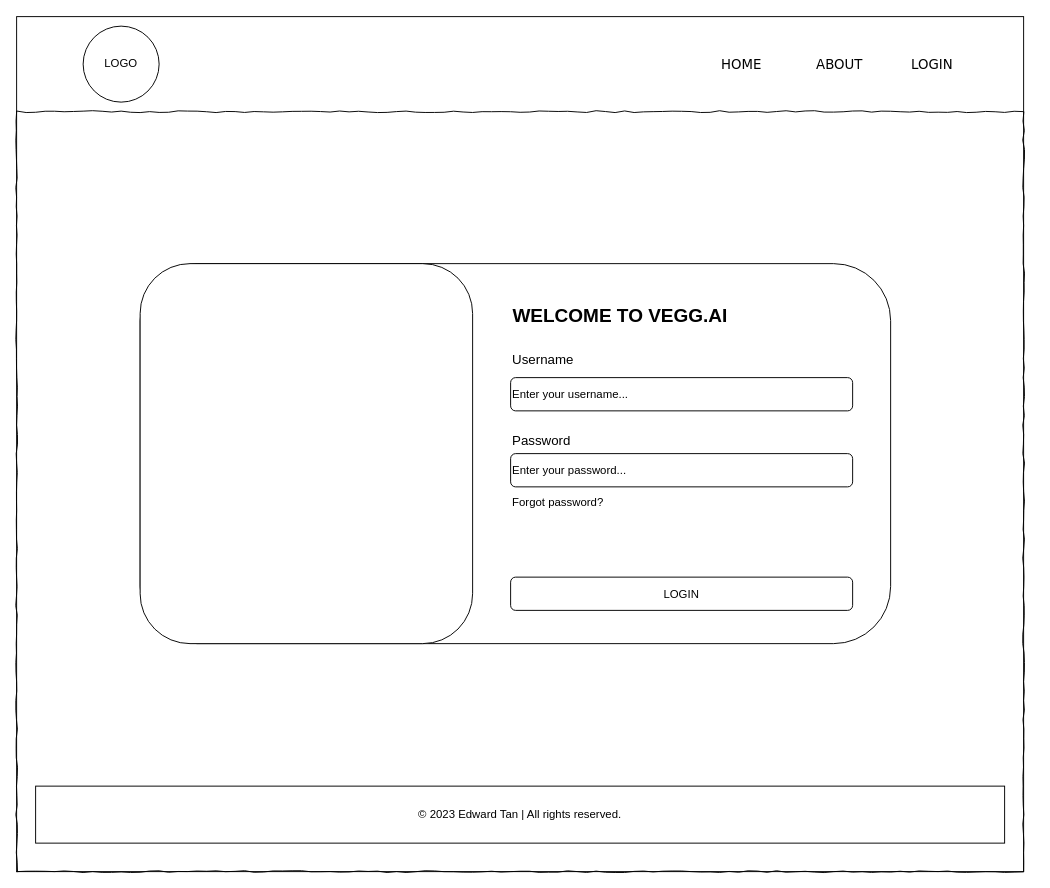
Earlier version of the draw.io diagram wireframes/2214407_CA2_LOGIN.drawio (Edw4rd14/VEGG.AI). Source tidied: cells renumbered, new cells numbered last; positions are measured from the earlier drawing's top-left corner, leaving out a move shared by most shapes. Both pictures are drawn from the tidied source at 95%, with x=0, y=0 at pixel (16, 16).
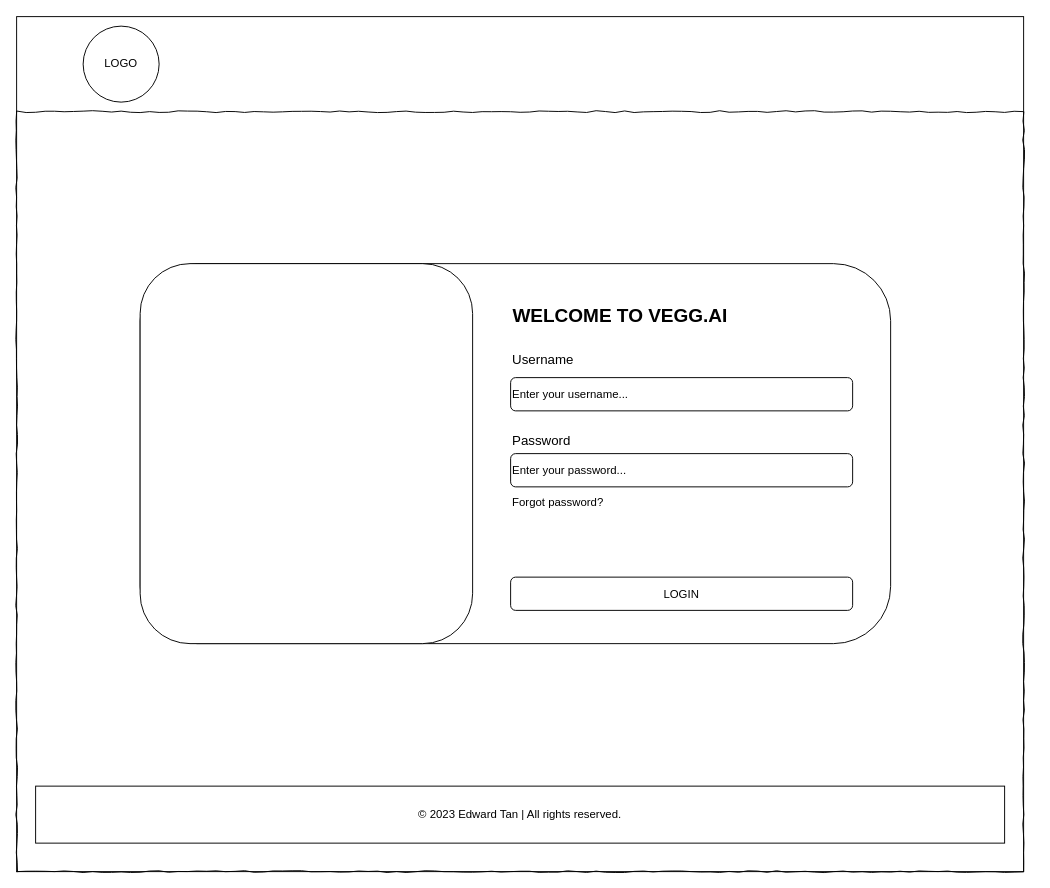
The same page after the edit.

What changed in the source:
```diff
@@
 <mxGraphModel>
   <root>
     <mxCell id="0" />
     <mxCell id="1" parent="0" />
     <mxCell id="2" style="rounded=0;whiteSpace=wrap;html=1;" parent="1" vertex="1">
       <mxGeometry width="1060" height="900" as="geometry" />
     </mxCell>
     <mxCell id="3" style="whiteSpace=wrap;html=1;rounded=0;shadow=0;labelBackgroundColor=none;strokeColor=#000000;strokeWidth=1;fillColor=none;fontFamily=Verdana;fontSize=12;fontColor=#000000;align=center;comic=1;" parent="1" vertex="1">
       <mxGeometry y="100" width="1060" height="800" as="geometry" />
     </mxCell>
-    <mxCell id="4" value="ABOUT" style="text;html=1;align=left;verticalAlign=top;spacingTop=-4;fontSize=14;fontFamily=Verdana;" parent="1" vertex="1">
-      <mxGeometry x="840" y="40" width="60" height="20" as="geometry" />
-    </mxCell>
-    <mxCell id="5" value="LOGIN" style="text;html=1;align=left;verticalAlign=top;spacingTop=-4;fontSize=14;fontFamily=Verdana;" parent="1" vertex="1">
-      <mxGeometry x="940" y="40" width="60" height="20" as="geometry" />
-    </mxCell>
     <mxCell id="6" style="rounded=1;whiteSpace=wrap;html=1;" parent="1" vertex="1">
       <mxGeometry x="130" y="260" width="790" height="400" as="geometry" />
     </mxCell>
     <mxCell id="7" value="© 2023 Edward Tan | All rights reserved." style="rounded=0;whiteSpace=wrap;html=1;" parent="1" vertex="1">
       <mxGeometry x="20" y="810" width="1020" height="60" as="geometry" />
     </mxCell>
-    <mxCell id="8" value="HOME" style="text;html=1;align=left;verticalAlign=top;spacingTop=-4;fontSize=14;fontFamily=Verdana;" parent="1" vertex="1">
-      <mxGeometry x="740" y="40" width="60" height="20" as="geometry" />
-    </mxCell>
     <mxCell id="9" value="LOGO" style="ellipse;whiteSpace=wrap;html=1;" parent="1" vertex="1">
       <mxGeometry x="70" y="10" width="80" height="80" as="geometry" />
     </mxCell>
     <mxCell id="10" value="LOGIN" style="rounded=1;whiteSpace=wrap;html=1;" parent="1" vertex="1">
       <mxGeometry x="520" y="590" width="360" height="35" as="geometry" />
     </mxCell>
     <mxCell id="11" style="rounded=1;whiteSpace=wrap;html=1;glass=0;" parent="1" vertex="1">
       <mxGeometry x="130" y="260" width="350" height="400" as="geometry" />
     </mxCell>
     <mxCell id="12" value="&lt;font size=&quot;1&quot; face=&quot;Helvetica&quot;&gt;&lt;b style=&quot;font-size: 20px;&quot;&gt;WELCOME TO VEGG.AI&lt;/b&gt;&lt;/font&gt;" style="text;html=1;align=center;verticalAlign=top;spacingTop=-4;fontSize=14;fontFamily=Verdana;" parent="1" vertex="1">
       <mxGeometry x="200" y="300" width="870" height="50" as="geometry" />
     </mxCell>
     <mxCell id="13" value="Enter your username..." style="rounded=1;whiteSpace=wrap;html=1;align=left;" parent="1" vertex="1">
       <mxGeometry x="520" y="380" width="360" height="35" as="geometry" />
     </mxCell>
     <mxCell id="14" value="Enter your password..." style="rounded=1;whiteSpace=wrap;html=1;align=left;" parent="1" vertex="1">
       <mxGeometry x="520" y="460" width="360" height="35" as="geometry" />
     </mxCell>
     <mxCell id="15" value="&lt;font style=&quot;font-size: 14px;&quot; face=&quot;Helvetica&quot;&gt;Username&lt;/font&gt;" style="text;html=1;align=left;verticalAlign=top;spacingTop=-4;fontSize=14;fontFamily=Verdana;" parent="1" vertex="1">
       <mxGeometry x="520" y="350" width="540" height="50" as="geometry" />
     </mxCell>
     <mxCell id="16" value="&lt;font style=&quot;font-size: 14px;&quot; face=&quot;Helvetica&quot;&gt;Password&lt;/font&gt;" style="text;html=1;align=left;verticalAlign=top;spacingTop=-4;fontSize=14;fontFamily=Verdana;" parent="1" vertex="1">
       <mxGeometry x="520" y="435" width="540" height="50" as="geometry" />
     </mxCell>
     <mxCell id="17" value="&lt;font style=&quot;font-size: 12px;&quot; face=&quot;Helvetica&quot;&gt;Forgot password?&lt;/font&gt;" style="text;html=1;align=left;verticalAlign=top;spacingTop=-4;fontSize=14;fontFamily=Verdana;" parent="1" vertex="1">
       <mxGeometry x="520" y="500" width="540" height="50" as="geometry" />
     </mxCell>
   </root>
 </mxGraphModel>
```
